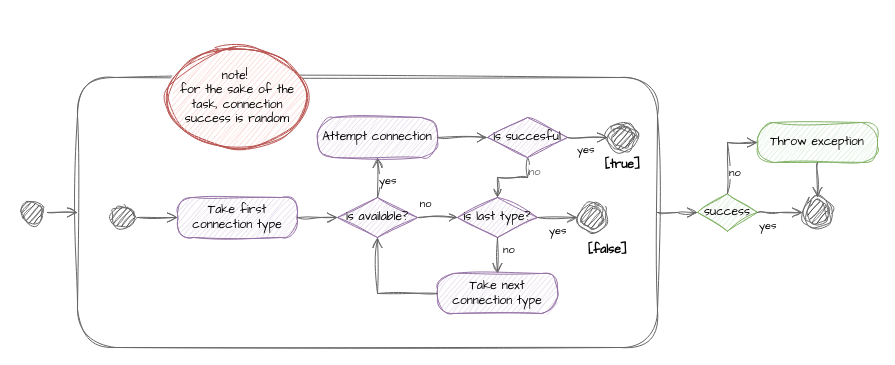
The draw.io diagram page "Page-2" (2 of 2) of Experiment1/img/UML-diagrams.drawio in TheisHS/Thesis, before the edit. Source tidied: cells renumbered, new cells numbered last; positions are measured from the earlier drawing's top-left corner, leaving out a move shared by most shapes. Both pictures are drawn from the tidied source at 100%, with x=0, y=0 at pixel (17, 47).
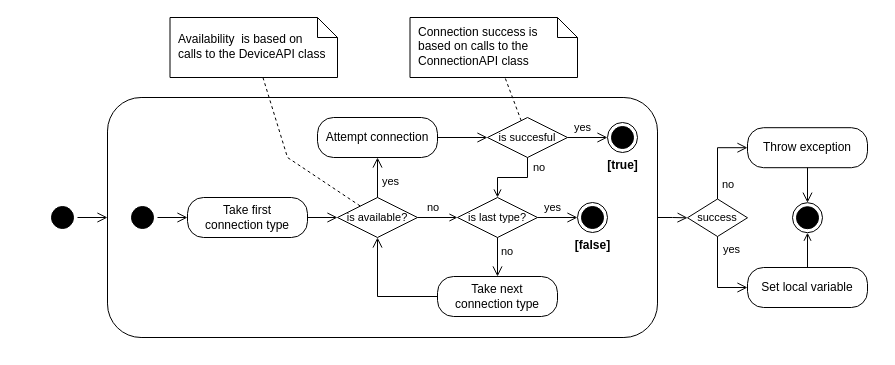
Above is the later version.

The edit, as a diff of the source:
```diff
@@
-    <mxCell id="2" style="rounded=1;whiteSpace=wrap;html=1;arcSize=14;fontColor=#000000;fillColor=none;strokeColor=#666666;hachureGap=4;fontFamily=Architects Daughter;sketch=1;curveFitting=1;jiggle=2;" parent="1" vertex="1">
-      <mxGeometry x="60" y="30" width="580" height="270" as="geometry" />
+    <mxCell id="2" style="rounded=1;whiteSpace=wrap;html=1;arcSize=14;fontColor=#000000;fillColor=none;strokeColor=#000000;hachureGap=4;fontFamily=Helvetica;" parent="1" vertex="1">
+      <mxGeometry x="90" y="50" width="550" height="240" as="geometry" />
     </mxCell>
-    <mxCell id="3" style="ellipse;html=1;shape=startState;fillColor=#000000;strokeColor=#666666;hachureGap=4;fontFamily=Architects Daughter;sketch=1;curveFitting=1;jiggle=2;" parent="1" vertex="1">
-      <mxGeometry x="90" y="155" width="30" height="30" as="geometry" />
+    <mxCell id="3" style="ellipse;html=1;shape=startState;fillColor=#000000;strokeColor=#000000;hachureGap=4;fontFamily=Helvetica;" parent="1" vertex="1">
+      <mxGeometry x="110" y="155" width="30" height="30" as="geometry" />
     </mxCell>
-    <mxCell id="4" style="edgeStyle=orthogonalEdgeStyle;html=1;verticalAlign=bottom;endArrow=open;endSize=8;strokeColor=#666666;rounded=0;hachureGap=4;fontFamily=Architects Daughter;sketch=1;curveFitting=1;jiggle=2;" parent="1" edge="1" source="3" target="5">
+    <mxCell id="4" style="edgeStyle=orthogonalEdgeStyle;html=1;verticalAlign=bottom;endArrow=open;endSize=8;strokeColor=#000000;rounded=0;hachureGap=4;fontFamily=Helvetica;" parent="1" edge="1" source="3" target="5">
       <mxGeometry relative="1" as="geometry" />
     </mxCell>
-    <mxCell id="5" value="Take first connection type" style="rounded=1;whiteSpace=wrap;html=1;arcSize=40;fillColor=#e1d5e7;strokeColor=#9673a6;hachureGap=4;fontFamily=Architects Daughter;sketch=1;curveFitting=1;jiggle=2;" parent="1" vertex="1">
-      <mxGeometry x="160" y="150" width="120" height="40" as="geometry" />
+    <mxCell id="5" value="Take first&lt;div&gt;connection type&lt;/div&gt;" style="rounded=1;whiteSpace=wrap;html=1;arcSize=40;fillColor=none;strokeColor=#000000;hachureGap=4;fontFamily=Helvetica;" parent="1" vertex="1">
+      <mxGeometry x="170" y="150" width="120" height="40" as="geometry" />
     </mxCell>
-    <mxCell id="6" style="edgeStyle=orthogonalEdgeStyle;html=1;verticalAlign=bottom;endArrow=open;endSize=8;strokeColor=#666666;rounded=0;hachureGap=4;fontFamily=Architects Daughter;sketch=1;curveFitting=1;jiggle=2;" parent="1" edge="1" source="5" target="8">
+    <mxCell id="6" style="edgeStyle=orthogonalEdgeStyle;html=1;verticalAlign=bottom;endArrow=open;endSize=8;strokeColor=#000000;rounded=0;hachureGap=4;fontFamily=Helvetica;" parent="1" edge="1" source="5" target="8">
       <mxGeometry relative="1" as="geometry" />
     </mxCell>
-    <mxCell id="7" value="no" style="edgeStyle=orthogonalEdgeStyle;rounded=0;sketch=1;hachureGap=4;jiggle=2;curveFitting=1;jettySize=auto;html=1;fontFamily=Architects Daughter;endArrow=open;endFill=0;strokeColor=#666666;" parent="1" edge="1" source="8" target="10">
-      <mxGeometry x="-0.6" y="14" relative="1" as="geometry" />
+    <mxCell id="7" value="no" style="edgeStyle=orthogonalEdgeStyle;rounded=0;hachureGap=4;jettySize=auto;html=1;fontFamily=Helvetica;endArrow=open;endFill=0;strokeColor=#000000;verticalAlign=middle;align=left;" parent="1" edge="1" source="8" target="10">
+      <mxGeometry x="-0.6" y="10" relative="1" as="geometry" />
     </mxCell>
-    <mxCell id="8" value="is available?" style="rhombus;whiteSpace=wrap;html=1;fillColor=#e1d5e7;strokeColor=#9673a6;hachureGap=4;fontFamily=Architects Daughter;sketch=1;curveFitting=1;jiggle=2;" parent="1" vertex="1">
+    <mxCell id="8" value="is available?" style="rhombus;whiteSpace=wrap;html=1;fillColor=none;strokeColor=#000000;hachureGap=4;fontFamily=Helvetica;fontSize=11;" parent="1" vertex="1">
       <mxGeometry x="320" y="150" width="80" height="40" as="geometry" />
     </mxCell>
-    <mxCell id="9" value="yes" style="edgeStyle=orthogonalEdgeStyle;html=1;align=left;verticalAlign=top;endArrow=open;endSize=8;strokeColor=#666666;rounded=0;hachureGap=4;fontFamily=Architects Daughter;sketch=1;curveFitting=1;jiggle=2;" parent="1" edge="1" source="8" target="14">
-      <mxGeometry x="0.5" relative="1" as="geometry" />
+    <mxCell id="9" value="yes" style="edgeStyle=orthogonalEdgeStyle;html=1;align=left;verticalAlign=middle;endArrow=open;endSize=8;strokeColor=#000000;rounded=0;hachureGap=4;fontFamily=Helvetica;" parent="1" edge="1" source="8" target="14">
+      <mxGeometry x="-0.2" y="-3" relative="1" as="geometry" />
     </mxCell>
-    <mxCell id="10" value="is last type?" style="rhombus;whiteSpace=wrap;html=1;fillColor=#e1d5e7;strokeColor=#9673a6;hachureGap=4;fontFamily=Architects Daughter;sketch=1;curveFitting=1;jiggle=2;" parent="1" vertex="1">
+    <mxCell id="10" value="is last type?" style="rhombus;whiteSpace=wrap;html=1;fillColor=none;strokeColor=#000000;hachureGap=4;fontFamily=Helvetica;fontSize=11;" parent="1" vertex="1">
       <mxGeometry x="440" y="150" width="80" height="40" as="geometry" />
     </mxCell>
-    <mxCell id="11" value="no" style="edgeStyle=orthogonalEdgeStyle;html=1;align=left;verticalAlign=bottom;endArrow=open;endSize=8;strokeColor=#666666;rounded=0;hachureGap=4;fontFamily=Architects Daughter;sketch=1;curveFitting=1;jiggle=2;" parent="1" edge="1" source="10" target="13">
-      <mxGeometry x="0.17" y="4" relative="1" as="geometry" />
+    <mxCell id="11" value="no" style="edgeStyle=orthogonalEdgeStyle;html=1;align=left;verticalAlign=middle;endArrow=open;endSize=8;strokeColor=#000000;rounded=0;hachureGap=4;fontFamily=Helvetica;" parent="1" edge="1" source="10" target="13">
+      <mxGeometry x="-0.28" y="2" relative="1" as="geometry" />
     </mxCell>
-    <mxCell id="12" value="yes" style="edgeStyle=orthogonalEdgeStyle;html=1;align=left;verticalAlign=top;endArrow=open;endSize=8;strokeColor=#666666;rounded=0;hachureGap=4;fontFamily=Architects Daughter;sketch=1;curveFitting=1;jiggle=2;" parent="1" edge="1" source="10" target="16">
-      <mxGeometry x="-0.5" relative="1" as="geometry" />
+    <mxCell id="12" value="yes" style="edgeStyle=orthogonalEdgeStyle;html=1;align=left;verticalAlign=middle;endArrow=open;endSize=8;strokeColor=#000000;rounded=0;hachureGap=4;fontFamily=Helvetica;" parent="1" edge="1" source="10" target="16">
+      <mxGeometry x="-0.75" y="10" relative="1" as="geometry" />
     </mxCell>
-    <mxCell id="13" value="Take next connection type" style="rounded=1;whiteSpace=wrap;html=1;arcSize=40;fillColor=#e1d5e7;strokeColor=#9673a6;hachureGap=4;fontFamily=Architects Daughter;sketch=1;curveFitting=1;jiggle=2;" parent="1" vertex="1">
-      <mxGeometry x="420" y="226" width="120" height="40" as="geometry" />
+    <mxCell id="13" value="Take next&lt;div&gt;connection type&lt;/div&gt;" style="rounded=1;whiteSpace=wrap;html=1;arcSize=40;fillColor=none;strokeColor=#000000;hachureGap=4;fontFamily=Helvetica;" parent="1" vertex="1">
+      <mxGeometry x="420" y="229" width="120" height="40" as="geometry" />
     </mxCell>
-    <mxCell id="14" value="Attempt connection" style="rounded=1;whiteSpace=wrap;html=1;arcSize=40;fillColor=#e1d5e7;strokeColor=#9673a6;hachureGap=4;fontFamily=Architects Daughter;sketch=1;curveFitting=1;jiggle=2;" parent="1" vertex="1">
+    <mxCell id="14" value="Attempt connection" style="rounded=1;whiteSpace=wrap;html=1;arcSize=40;fillColor=none;strokeColor=#000000;hachureGap=4;fontFamily=Helvetica;" parent="1" vertex="1">
       <mxGeometry x="300" y="70" width="120" height="40" as="geometry" />
     </mxCell>
-    <mxCell id="15" style="edgeStyle=orthogonalEdgeStyle;html=1;verticalAlign=bottom;endArrow=open;endSize=8;strokeColor=#666666;rounded=0;hachureGap=4;fontFamily=Architects Daughter;sketch=1;curveFitting=1;jiggle=2;" parent="1" edge="1" source="14" target="18">
+    <mxCell id="15" style="edgeStyle=orthogonalEdgeStyle;html=1;verticalAlign=bottom;endArrow=open;endSize=8;strokeColor=#000000;rounded=0;hachureGap=4;fontFamily=Helvetica;" parent="1" edge="1" source="14" target="18">
       <mxGeometry relative="1" as="geometry" />
     </mxCell>
-    <mxCell id="16" style="ellipse;html=1;shape=endState;fillColor=#000000;strokeColor=#666666;hachureGap=4;fontFamily=Architects Daughter;sketch=1;curveFitting=1;jiggle=2;" parent="1" vertex="1">
+    <mxCell id="16" style="ellipse;html=1;shape=endState;fillColor=#000000;strokeColor=#000000;hachureGap=4;fontFamily=Helvetica;" parent="1" vertex="1">
       <mxGeometry x="560" y="155" width="30" height="30" as="geometry" />
     </mxCell>
-    <mxCell id="17" value="no" style="edgeStyle=orthogonalEdgeStyle;rounded=0;sketch=1;hachureGap=4;jiggle=2;curveFitting=1;jettySize=auto;html=1;fontFamily=Architects Daughter;fontColor=#666666;endArrow=open;endFill=0;strokeColor=#666666;" parent="1" edge="1" source="18" target="10">
-      <mxGeometry x="-0.6" y="7" relative="1" as="geometry" />
+    <mxCell id="17" value="no" style="edgeStyle=orthogonalEdgeStyle;rounded=0;hachureGap=4;jettySize=auto;html=1;fontFamily=Helvetica;fontColor=#000000;endArrow=open;endFill=0;strokeColor=#000000;verticalAlign=middle;align=left;" parent="1" edge="1" source="18" target="10">
+      <mxGeometry x="-0.71" y="4" relative="1" as="geometry" />
     </mxCell>
+    <mxCell id="36" style="rounded=0;hachureGap=4;jettySize=auto;html=1;fontFamily=Helvetica;dashed=1;endArrow=none;startFill=0;strokeColor=#000000;" parent="1" edge="1" source="18" target="37">
+      <mxGeometry relative="1" as="geometry" />
+    </mxCell>
-    <mxCell id="18" value="is succesful" style="rhombus;whiteSpace=wrap;html=1;fillColor=#e1d5e7;strokeColor=#9673a6;hachureGap=4;fontFamily=Architects Daughter;sketch=1;curveFitting=1;jiggle=2;" parent="1" vertex="1">
+    <mxCell id="18" value="is succesful" style="rhombus;whiteSpace=wrap;html=1;fillColor=none;strokeColor=#000000;hachureGap=4;fontFamily=Helvetica;fontSize=11;" parent="1" vertex="1">
       <mxGeometry x="470" y="70" width="80" height="40" as="geometry" />
     </mxCell>
-    <mxCell id="19" value="yes" style="edgeStyle=orthogonalEdgeStyle;html=1;align=left;verticalAlign=top;endArrow=open;endSize=8;strokeColor=#666666;rounded=0;hachureGap=4;fontFamily=Architects Daughter;sketch=1;curveFitting=1;jiggle=2;" parent="1" edge="1" source="18" target="20">
-      <mxGeometry x="-0.61" y="1" relative="1" as="geometry" />
+    <mxCell id="19" value="yes" style="edgeStyle=orthogonalEdgeStyle;html=1;align=left;verticalAlign=middle;endArrow=open;endSize=8;strokeColor=#000000;rounded=0;hachureGap=4;fontFamily=Helvetica;" parent="1" edge="1" source="18" target="20">
+      <mxGeometry x="-0.75" y="10" relative="1" as="geometry" />
     </mxCell>
-    <mxCell id="20" style="ellipse;html=1;shape=endState;fillColor=#000000;strokeColor=#666666;hachureGap=4;fontFamily=Architects Daughter;sketch=1;curveFitting=1;jiggle=2;" parent="1" vertex="1">
+    <mxCell id="20" style="ellipse;html=1;shape=endState;fillColor=#000000;strokeColor=#000000;hachureGap=4;fontFamily=Helvetica;" parent="1" vertex="1">
       <mxGeometry x="590" y="75" width="30" height="30" as="geometry" />
     </mxCell>
-    <mxCell id="21" style="ellipse;html=1;shape=startState;fillColor=#000000;strokeColor=#666666;hachureGap=4;fontFamily=Architects Daughter;sketch=1;curveFitting=1;jiggle=2;" parent="1" vertex="1">
-      <mxGeometry y="150" width="30" height="30" as="geometry" />
+    <mxCell id="21" style="ellipse;html=1;shape=startState;fillColor=#000000;strokeColor=#000000;hachureGap=4;fontFamily=Helvetica;" parent="1" vertex="1">
+      <mxGeometry x="30" y="155" width="30" height="30" as="geometry" />
     </mxCell>
-    <mxCell id="22" style="edgeStyle=orthogonalEdgeStyle;html=1;verticalAlign=bottom;endArrow=open;endSize=8;strokeColor=#666666;rounded=0;hachureGap=4;fontFamily=Architects Daughter;entryX=0;entryY=0.5;entryDx=0;entryDy=0;sketch=1;curveFitting=1;jiggle=2;" parent="1" edge="1" source="21" target="2">
+    <mxCell id="22" style="edgeStyle=orthogonalEdgeStyle;html=1;verticalAlign=bottom;endArrow=open;endSize=8;strokeColor=#000000;rounded=0;hachureGap=4;fontFamily=Helvetica;entryX=0;entryY=0.5;entryDx=0;entryDy=0;" parent="1" edge="1" source="21" target="2">
       <mxGeometry relative="1" as="geometry" />
     </mxCell>
-    <mxCell id="23" value="[true]" style="text;align=center;fontStyle=1;verticalAlign=middle;spacingLeft=3;spacingRight=3;strokeColor=none;html=1;fontFamily=Architects Daughter;sketch=1;curveFitting=1;jiggle=2;" parent="1" vertex="1">
+    <mxCell id="23" value="[true]" style="text;align=center;fontStyle=1;verticalAlign=middle;spacingLeft=3;spacingRight=3;strokeColor=none;html=1;fontFamily=Helvetica;" parent="1" vertex="1">
       <mxGeometry x="565" y="105" width="80" height="26" as="geometry" />
     </mxCell>
-    <mxCell id="24" value="[false]" style="text;align=center;fontStyle=1;verticalAlign=middle;spacingLeft=3;spacingRight=3;strokeColor=none;html=1;fontFamily=Architects Daughter;sketch=1;curveFitting=1;jiggle=2;" parent="1" vertex="1">
-      <mxGeometry x="550" y="190" width="80" height="26" as="geometry" />
+    <mxCell id="24" value="[false]" style="text;align=center;fontStyle=1;verticalAlign=middle;spacingLeft=3;spacingRight=3;strokeColor=none;html=1;fontFamily=Helvetica;" parent="1" vertex="1">
+      <mxGeometry x="535" y="185" width="80" height="26" as="geometry" />
     </mxCell>
-    <mxCell id="25" style="edgeStyle=orthogonalEdgeStyle;html=1;verticalAlign=bottom;endArrow=open;endSize=8;strokeColor=#666666;rounded=0;hachureGap=4;fontFamily=Architects Daughter;sketch=1;curveFitting=1;jiggle=2;" parent="1" edge="1" source="2" target="26">
+    <mxCell id="25" style="edgeStyle=orthogonalEdgeStyle;html=1;verticalAlign=bottom;endArrow=open;endSize=8;strokeColor=#000000;rounded=0;hachureGap=4;fontFamily=Helvetica;" parent="1" edge="1" source="2" target="26">
       <mxGeometry relative="1" as="geometry" />
     </mxCell>
-    <mxCell id="26" value="success" style="rhombus;whiteSpace=wrap;html=1;fillColor=#d5e8d4;strokeColor=#82b366;hachureGap=4;fontFamily=Architects Daughter;sketch=1;curveFitting=1;jiggle=2;" parent="1" vertex="1">
-      <mxGeometry x="680" y="146.2" width="60" height="37.5" as="geometry" />
+    <mxCell id="26" value="success" style="rhombus;whiteSpace=wrap;html=1;fillColor=none;strokeColor=#000000;hachureGap=4;fontFamily=Helvetica;fontSize=11;" parent="1" vertex="1">
+      <mxGeometry x="670" y="151.5" width="60" height="37.5" as="geometry" />
     </mxCell>
-    <mxCell id="27" value="no" style="edgeStyle=orthogonalEdgeStyle;html=1;align=left;verticalAlign=bottom;endArrow=open;endSize=8;strokeColor=#666666;rounded=0;hachureGap=4;fontFamily=Architects Daughter;sketch=1;curveFitting=1;jiggle=2;" parent="1" edge="1" source="26" target="29">
-      <mxGeometry x="-0.71" relative="1" as="geometry">
+    <mxCell id="27" value="no" style="edgeStyle=orthogonalEdgeStyle;html=1;align=left;verticalAlign=middle;endArrow=open;endSize=8;strokeColor=#000000;rounded=0;hachureGap=4;fontFamily=Helvetica;" parent="1" edge="1" source="26" target="29">
+      <mxGeometry x="-0.62" y="-3" relative="1" as="geometry">
         <Array as="points">
-          <mxPoint x="710" y="95" />
+          <mxPoint x="700" y="100.2" />
         </Array>
       </mxGeometry>
     </mxCell>
-    <mxCell id="28" value="yes" style="edgeStyle=orthogonalEdgeStyle;html=1;align=left;verticalAlign=top;endArrow=open;endSize=8;strokeColor=#666666;rounded=0;hachureGap=4;fontFamily=Architects Daughter;sketch=1;curveFitting=1;jiggle=2;" parent="1" edge="1" source="26" target="31">
-      <mxGeometry x="-1" relative="1" as="geometry" />
+    <mxCell id="28" value="yes" style="edgeStyle=orthogonalEdgeStyle;html=1;align=left;verticalAlign=middle;endArrow=open;endSize=8;strokeColor=#000000;rounded=0;hachureGap=4;fontFamily=Helvetica;entryX=0;entryY=0.5;entryDx=0;entryDy=0;" parent="1" edge="1" source="26" target="41">
+      <mxGeometry x="-0.68" y="4" relative="1" as="geometry" />
     </mxCell>
-    <mxCell id="29" value="Throw exception" style="rounded=1;whiteSpace=wrap;html=1;arcSize=40;fillColor=#d5e8d4;strokeColor=#82b366;hachureGap=4;fontFamily=Architects Daughter;sketch=1;curveFitting=1;jiggle=2;" parent="1" vertex="1">
-      <mxGeometry x="740" y="75" width="120" height="40" as="geometry" />
+    <mxCell id="29" value="Throw exception" style="rounded=1;whiteSpace=wrap;html=1;arcSize=40;fillColor=none;strokeColor=#000000;hachureGap=4;fontFamily=Helvetica;" parent="1" vertex="1">
+      <mxGeometry x="730" y="80.2" width="120" height="40" as="geometry" />
     </mxCell>
-    <mxCell id="30" style="edgeStyle=orthogonalEdgeStyle;html=1;verticalAlign=bottom;endArrow=open;endSize=8;strokeColor=#666666;rounded=0;hachureGap=4;fontFamily=Architects Daughter;sketch=1;curveFitting=1;jiggle=2;" parent="1" edge="1" source="29" target="31">
+    <mxCell id="30" style="edgeStyle=orthogonalEdgeStyle;html=1;verticalAlign=bottom;endArrow=open;endSize=8;strokeColor=#000000;rounded=0;hachureGap=4;fontFamily=Helvetica;" parent="1" edge="1" source="29" target="31">
       <mxGeometry relative="1" as="geometry" />
     </mxCell>
-    <mxCell id="31" style="ellipse;html=1;shape=endState;fillColor=#000000;strokeColor=#666666;hachureGap=4;fontFamily=Architects Daughter;sketch=1;curveFitting=1;jiggle=2;" parent="1" vertex="1">
-      <mxGeometry x="785" y="150" width="30" height="30" as="geometry" />
+    <mxCell id="31" style="ellipse;html=1;shape=endState;fillColor=#000000;strokeColor=#000000;hachureGap=4;fontFamily=Helvetica;" parent="1" vertex="1">
+      <mxGeometry x="775" y="155.2" width="30" height="30" as="geometry" />
     </mxCell>
-    <mxCell id="32" style="group;sketch=1;curveFitting=1;jiggle=2;" parent="1" vertex="1">
-      <mxGeometry x="150" width="140" height="100" as="geometry" />
-    </mxCell>
-    <mxCell id="33" style="ellipse;whiteSpace=wrap;html=1;hachureGap=4;fontFamily=Architects Daughter;strokeColor=#b85450;fillColor=#FFFFFF;fillStyle=solid;sketch=1;curveFitting=1;jiggle=2;" parent="32" vertex="1">
-      <mxGeometry width="140" height="100" as="geometry" />
-    </mxCell>
-    <mxCell id="34" value="note!&amp;nbsp;&lt;div&gt;for the sake of the task, connection success is random&lt;/div&gt;" style="ellipse;whiteSpace=wrap;html=1;hachureGap=4;fontFamily=Architects Daughter;strokeColor=#b85450;fillColor=#f8cecc;sketch=1;curveFitting=1;jiggle=2;" parent="32" vertex="1">
-      <mxGeometry width="140" height="100" as="geometry" />
-    </mxCell>
-    <mxCell id="35" style="edgeStyle=orthogonalEdgeStyle;html=1;verticalAlign=bottom;endArrow=open;endSize=8;strokeColor=#666666;rounded=0;hachureGap=4;fontFamily=Architects Daughter;sketch=1;curveFitting=1;jiggle=2;" parent="1" edge="1" source="13" target="8">
+    <mxCell id="35" style="edgeStyle=orthogonalEdgeStyle;html=1;verticalAlign=bottom;endArrow=open;endSize=8;strokeColor=#000000;rounded=0;hachureGap=4;fontFamily=Helvetica;" parent="1" edge="1" source="13" target="8">
       <mxGeometry relative="1" as="geometry" />
     </mxCell>
+    <mxCell id="37" value="Connection success is based on calls to the ConnectionAPI class" style="shape=note;size=20;whiteSpace=wrap;html=1;hachureGap=4;fontFamily=Helvetica;align=left;spacingLeft=6;spacingBottom=6;spacingTop=3;strokeColor=#000000;spacingRight=10;" parent="1" vertex="1">
+      <mxGeometry x="392.5" y="-30" width="167.5" height="60" as="geometry" />
+    </mxCell>
+    <mxCell id="38" value="Availability&amp;nbsp; is based on&amp;nbsp;&lt;div&gt;calls to the DeviceAPI class&lt;/div&gt;" style="shape=note;size=20;whiteSpace=wrap;html=1;hachureGap=4;fontFamily=Helvetica;align=left;spacingLeft=6;spacingBottom=6;spacingTop=3;strokeColor=#000000;spacingRight=10;" parent="1" vertex="1">
+      <mxGeometry x="152.5" y="-30" width="167.5" height="60" as="geometry" />
+    </mxCell>
+    <mxCell id="39" style="rounded=0;hachureGap=4;jettySize=auto;html=1;fontFamily=Helvetica;dashed=1;endArrow=none;startFill=0;strokeColor=#000000;" parent="1" edge="1" source="38" target="8">
+      <mxGeometry relative="1" as="geometry">
+        <Array as="points">
+          <mxPoint x="270" y="110" />
+        </Array>
+      </mxGeometry>
+    </mxCell>
+    <mxCell id="40" style="edgeStyle=orthogonalEdgeStyle;rounded=0;jettySize=auto;html=1;endArrow=open;endFill=0;" parent="1" edge="1" source="41" target="31">
+      <mxGeometry relative="1" as="geometry" />
+    </mxCell>
+    <mxCell id="41" value="Set local variable" style="rounded=1;whiteSpace=wrap;html=1;arcSize=40;fillColor=none;strokeColor=#000000;hachureGap=4;fontFamily=Helvetica;" parent="1" vertex="1">
+      <mxGeometry x="730" y="220" width="120" height="40" as="geometry" />
+    </mxCell>
```
